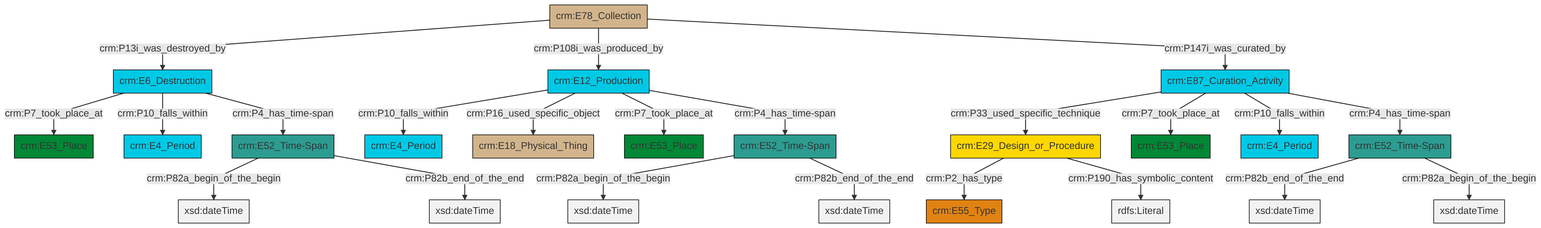
swiss-art-research-net/docs.swissartresearch keeps this Mermaid diagram as et/archivalCSV/ttl/mmd/png/archival_existence.png. Above is the earlier version. Its source is kept beside it as et/archivalCSV/ttl/mmd/archival_existence.ttl.mmd.
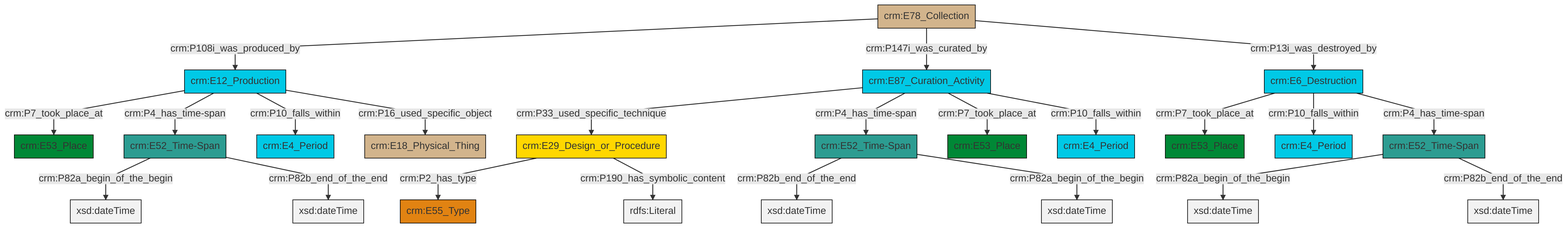
After the change.

Diff of the diagram source:
```diff
@@ -13,25 +13,25 @@
 classDef PC_Classes fill:#4ce600, stroke:#000000;
 classDef Multi fill:#cccccc,stroke:#000000;
 
-0["crm:E12_Production"]:::Temporal_Entity -->|crm:P10_falls_within| 6["crm:E4_Period"]:::Temporal_Entity
-9["crm:E52_Time-Span"]:::Time-Span -->|crm:P82a_begin_of_the_begin| 10[xsd:dateTime]:::Literal
-11["crm:E29_Design_or_Procedure"]:::Conceptual_Object -->|crm:P2_has_type| 4["crm:E55_Type"]:::Type
-14["crm:E6_Destruction"]:::Temporal_Entity -->|crm:P7_took_place_at| 7["crm:E53_Place"]:::Place
-19["crm:E78_Collection"]:::Physical_Thing -->|crm:P13i_was_destroyed_by| 14["crm:E6_Destruction"]:::Temporal_Entity
-20["crm:E52_Time-Span"]:::Time-Span -->|crm:P82a_begin_of_the_begin| 21[xsd:dateTime]:::Literal
-12["crm:E87_Curation_Activity"]:::Temporal_Entity -->|crm:P33_used_specific_technique| 11["crm:E29_Design_or_Procedure"]:::Conceptual_Object
-14["crm:E6_Destruction"]:::Temporal_Entity -->|crm:P10_falls_within| 16["crm:E4_Period"]:::Temporal_Entity
-12["crm:E87_Curation_Activity"]:::Temporal_Entity -->|crm:P7_took_place_at| 27["crm:E53_Place"]:::Place
-0["crm:E12_Production"]:::Temporal_Entity -->|crm:P16_used_specific_object| 22["crm:E18_Physical_Thing"]:::Physical_Thing
-0["crm:E12_Production"]:::Temporal_Entity -->|crm:P7_took_place_at| 24["crm:E53_Place"]:::Place
-14["crm:E6_Destruction"]:::Temporal_Entity -->|crm:P4_has_time-span| 20["crm:E52_Time-Span"]:::Time-Span
-0["crm:E12_Production"]:::Temporal_Entity -->|crm:P4_has_time-span| 9["crm:E52_Time-Span"]:::Time-Span
-20["crm:E52_Time-Span"]:::Time-Span -->|crm:P82b_end_of_the_end| 30[xsd:dateTime]:::Literal
-12["crm:E87_Curation_Activity"]:::Temporal_Entity -->|crm:P10_falls_within| 2["crm:E4_Period"]:::Temporal_Entity
-33["crm:E52_Time-Span"]:::Time-Span -->|crm:P82b_end_of_the_end| 34[xsd:dateTime]:::Literal
-12["crm:E87_Curation_Activity"]:::Temporal_Entity -->|crm:P4_has_time-span| 33["crm:E52_Time-Span"]:::Time-Span
-19["crm:E78_Collection"]:::Physical_Thing -->|crm:P108i_was_produced_by| 0["crm:E12_Production"]:::Temporal_Entity
-33["crm:E52_Time-Span"]:::Time-Span -->|crm:P82a_begin_of_the_begin| 35[xsd:dateTime]:::Literal
-9["crm:E52_Time-Span"]:::Time-Span -->|crm:P82b_end_of_the_end| 36[xsd:dateTime]:::Literal
-19["crm:E78_Collection"]:::Physical_Thing -->|crm:P147i_was_curated_by| 12["crm:E87_Curation_Activity"]:::Temporal_Entity
-11["crm:E29_Design_or_Procedure"]:::Conceptual_Object -->|crm:P190_has_symbolic_content| 37[rdfs:Literal]:::Literal
+0["crm:E87_Curation_Activity"]:::Temporal_Entity -->|crm:P33_used_specific_technique| 1["crm:E29_Design_or_Procedure"]:::Conceptual_Object
+2["crm:E78_Collection"]:::Physical_Thing -->|crm:P108i_was_produced_by| 3["crm:E12_Production"]:::Temporal_Entity
+3["crm:E12_Production"]:::Temporal_Entity -->|crm:P7_took_place_at| 7["crm:E53_Place"]:::Place
+8["crm:E52_Time-Span"]:::Time-Span -->|crm:P82b_end_of_the_end| 10[xsd:dateTime]:::Literal
+0["crm:E87_Curation_Activity"]:::Temporal_Entity -->|crm:P4_has_time-span| 8["crm:E52_Time-Span"]:::Time-Span
+0["crm:E87_Curation_Activity"]:::Temporal_Entity -->|crm:P7_took_place_at| 11["crm:E53_Place"]:::Place
+3["crm:E12_Production"]:::Temporal_Entity -->|crm:P4_has_time-span| 12["crm:E52_Time-Span"]:::Time-Span
+0["crm:E87_Curation_Activity"]:::Temporal_Entity -->|crm:P10_falls_within| 5["crm:E4_Period"]:::Temporal_Entity
+3["crm:E12_Production"]:::Temporal_Entity -->|crm:P10_falls_within| 13["crm:E4_Period"]:::Temporal_Entity
+1["crm:E29_Design_or_Procedure"]:::Conceptual_Object -->|crm:P2_has_type| 14["crm:E55_Type"]:::Type
+17["crm:E52_Time-Span"]:::Time-Span -->|crm:P82a_begin_of_the_begin| 18[xsd:dateTime]:::Literal
+15["crm:E6_Destruction"]:::Temporal_Entity -->|crm:P7_took_place_at| 21["crm:E53_Place"]:::Place
+17["crm:E52_Time-Span"]:::Time-Span -->|crm:P82b_end_of_the_end| 26[xsd:dateTime]:::Literal
+3["crm:E12_Production"]:::Temporal_Entity -->|crm:P16_used_specific_object| 27["crm:E18_Physical_Thing"]:::Physical_Thing
+12["crm:E52_Time-Span"]:::Time-Span -->|crm:P82a_begin_of_the_begin| 29[xsd:dateTime]:::Literal
+15["crm:E6_Destruction"]:::Temporal_Entity -->|crm:P10_falls_within| 30["crm:E4_Period"]:::Temporal_Entity
+2["crm:E78_Collection"]:::Physical_Thing -->|crm:P147i_was_curated_by| 0["crm:E87_Curation_Activity"]:::Temporal_Entity
+12["crm:E52_Time-Span"]:::Time-Span -->|crm:P82b_end_of_the_end| 33[xsd:dateTime]:::Literal
+15["crm:E6_Destruction"]:::Temporal_Entity -->|crm:P4_has_time-span| 17["crm:E52_Time-Span"]:::Time-Span
+8["crm:E52_Time-Span"]:::Time-Span -->|crm:P82a_begin_of_the_begin| 36[xsd:dateTime]:::Literal
+1["crm:E29_Design_or_Procedure"]:::Conceptual_Object -->|crm:P190_has_symbolic_content| 37[rdfs:Literal]:::Literal
+2["crm:E78_Collection"]:::Physical_Thing -->|crm:P13i_was_destroyed_by| 15["crm:E6_Destruction"]:::Temporal_Entity
```
